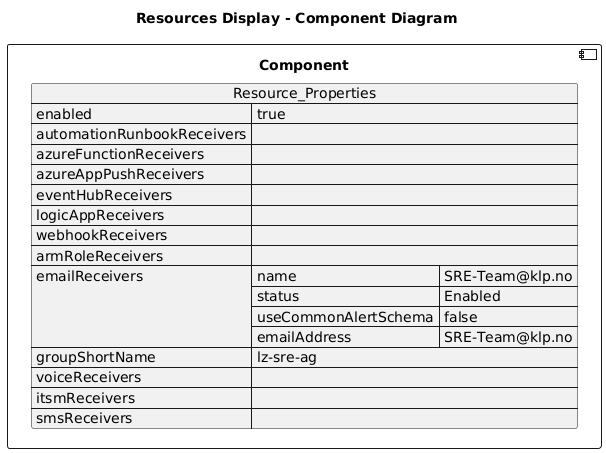
DanielAmpong/Test-Azure-architecture-diagram keeps this PlantUML diagram as diagrams/lz_sre_ag.png. Above is the earlier version.
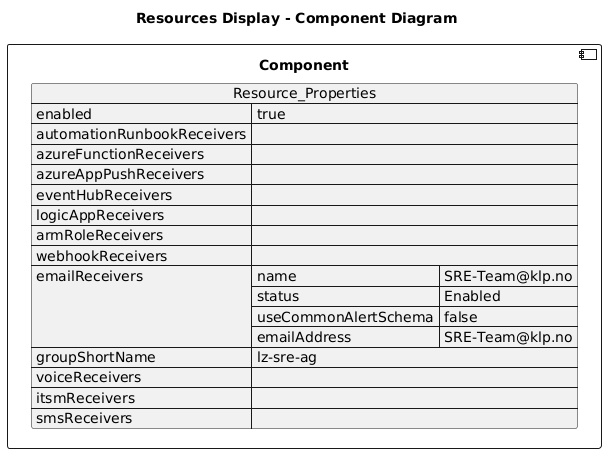
After the change.

What changed in the source:
```diff
@@ -11,8 +11,8 @@
   "azureAppPushReceivers": [],
   "eventHubReceivers": [],
   "logicAppReceivers": [],
+  "armRoleReceivers": [],
   "webhookReceivers": [],
-  "armRoleReceivers": [],
   "emailReceivers": [
     {
       "name": "SRE-Team@klp.no",
```
